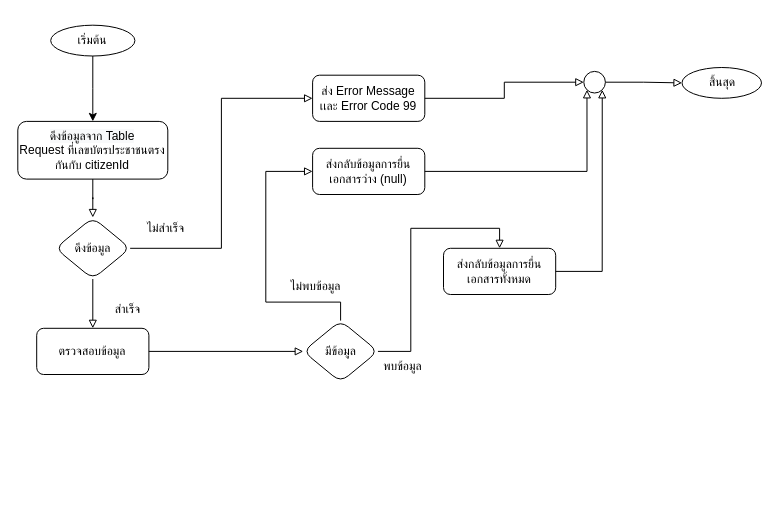
Before: getRequestByCitizen.drawio in charifrodmanee/charifrodmanee, a draw.io diagram. Source tidied: cells renumbered, new cells numbered last; positions are measured from the earlier drawing's top-left corner, leaving out a move shared by most shapes. Both pictures are drawn from the tidied source at 100%, with x=0, y=0 at pixel (17, 17).
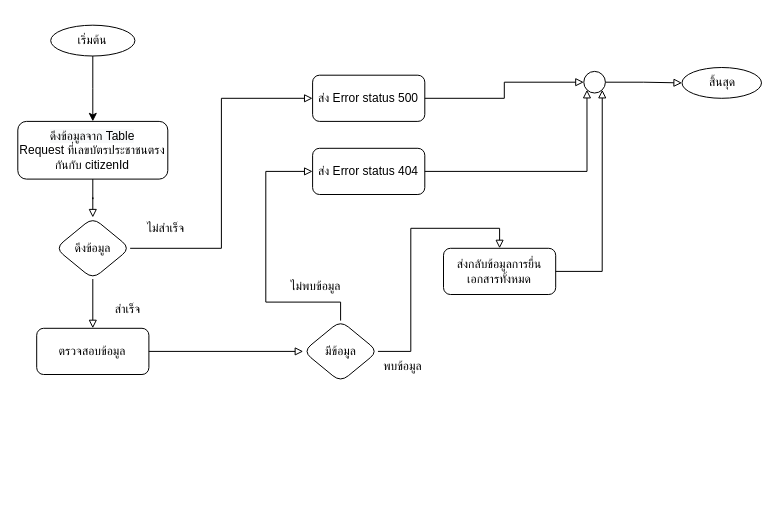
The same page after the edit.

The change refers to these unchanged cells:
```xml
<mxCell id="3" style="group;" parent="2" vertex="1">
  <mxGeometry x="19.2" y="7.7" width="724.8" height="356.9" as="geometry" />
</mxCell>
```

The edit, as a diff of the source:
```diff
@@
-    <mxCell id="8" value="ส่ง Error Message เเละ Error Code 99" style="whiteSpace=wrap;html=1;rounded=1;" parent="3" vertex="1">
+    <mxCell id="8" value="ส่ง Error status 500" style="whiteSpace=wrap;html=1;rounded=1;" parent="3" vertex="1">
       <mxGeometry x="275.9" y="50" width="112.2" height="46.2" as="geometry" />
     </mxCell>
@@
-    <mxCell id="18" value="ส่งกลับข้อมูลการยื่นเอกสารว่าง (null)" style="whiteSpace=wrap;html=1;rounded=1;" parent="3" vertex="1">
+    <mxCell id="18" value="ส่ง Error status 404" style="whiteSpace=wrap;html=1;rounded=1;" parent="3" vertex="1">
       <mxGeometry x="275.9" y="123.1" width="112.2" height="46.2" as="geometry" />
     </mxCell>
```
